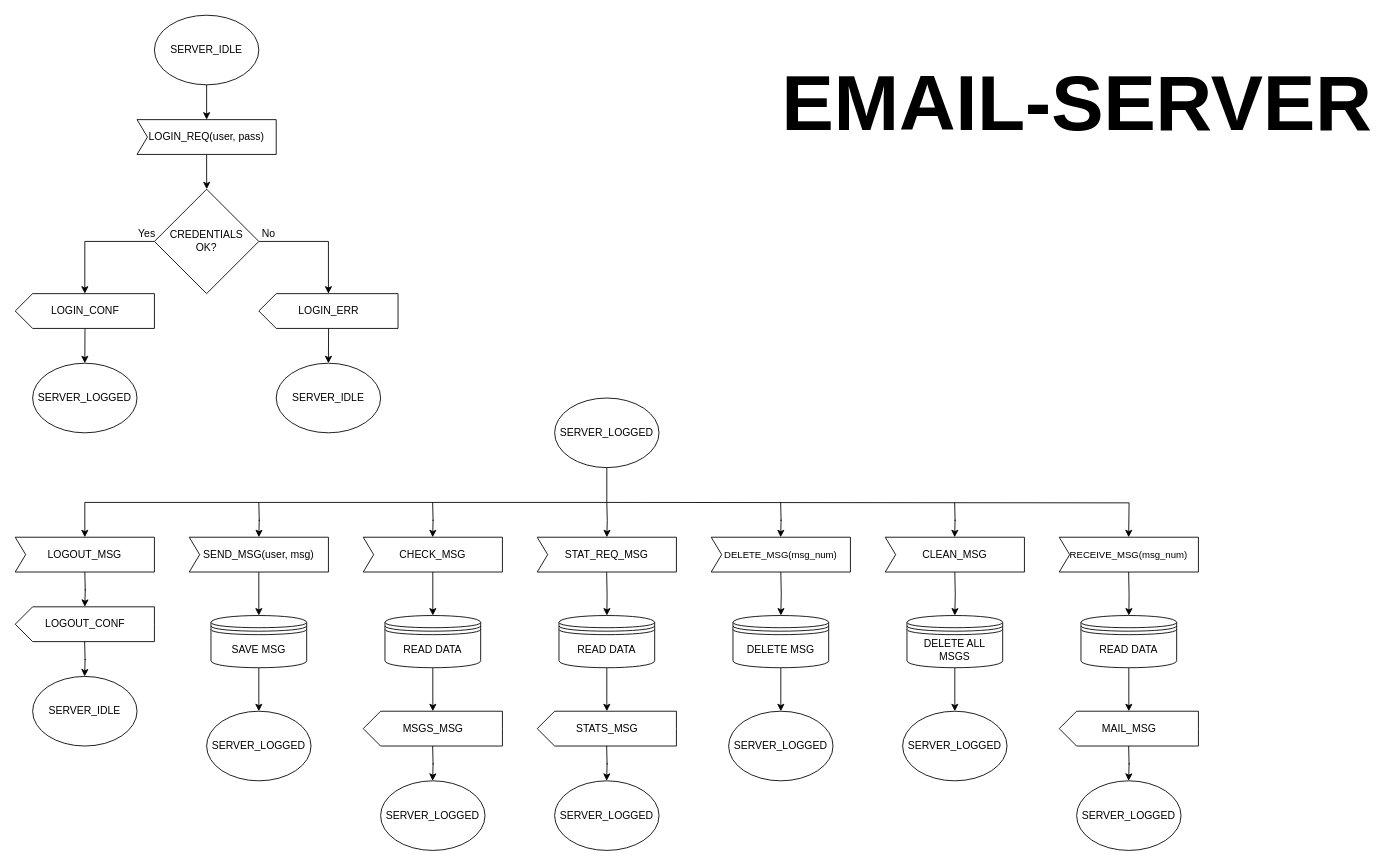
Earlier version of the draw.io diagram SDL_Server.drawio (Xenomorphy/mrkirm-projekat). Source tidied: cells renumbered, new cells numbered last; positions are measured from the earlier drawing's top-left corner, leaving out a move shared by most shapes. Both pictures are drawn from the tidied source at 87%, with x=0, y=0 at pixel (15, 15).
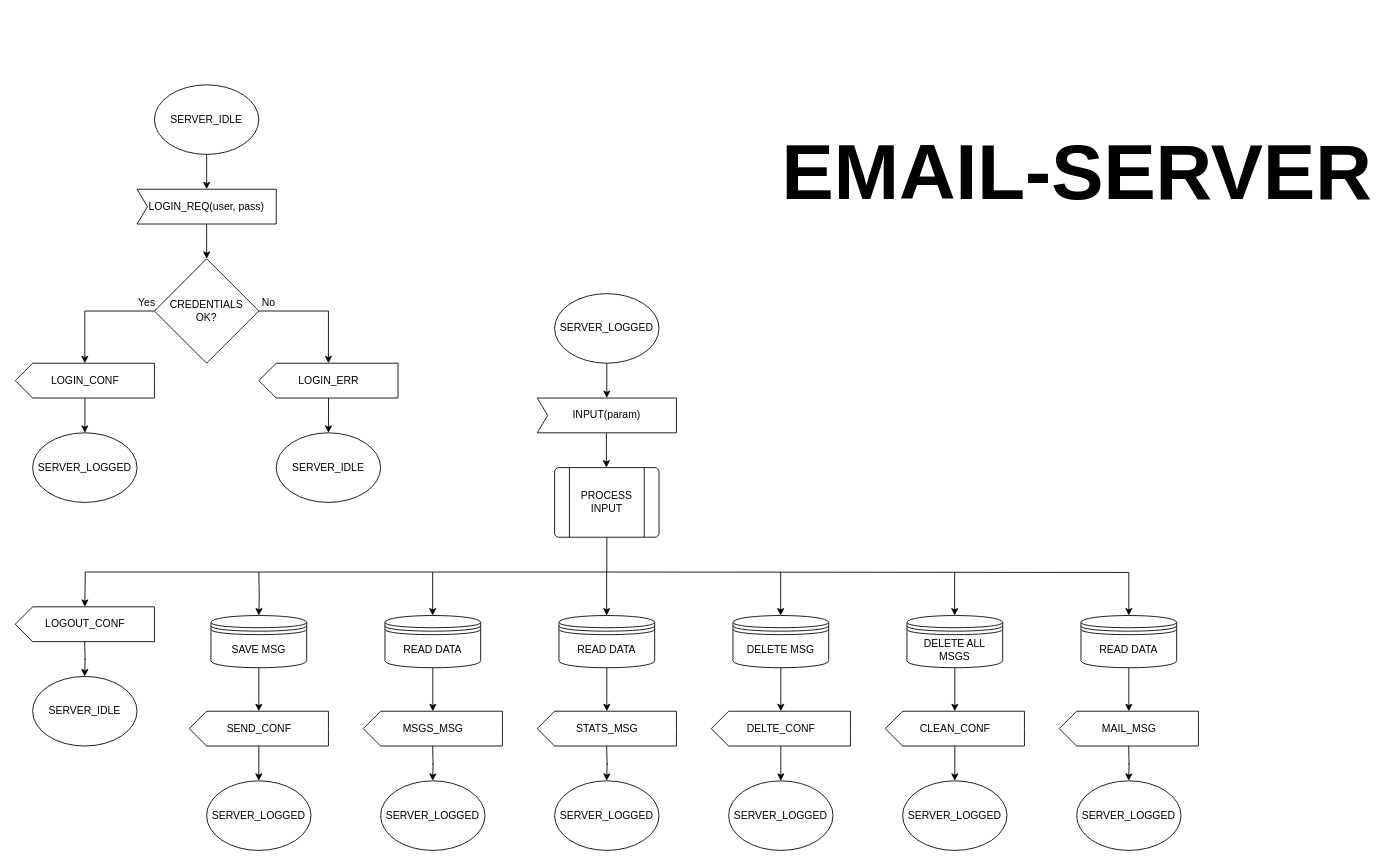
Above is the later version.

Unchanged cells that the change refers to:
```xml
<mxCell id="41" value="SAVE MSG" style="shape=datastore;whiteSpace=wrap;html=1;fontSize=12;" parent="1" vertex="1">
  <mxGeometry x="225" y="690" width="110" height="60" as="geometry" />
</mxCell>
<mxCell id="49" value="READ DATA" style="shape=datastore;whiteSpace=wrap;html=1;fontSize=12;" parent="1" vertex="1">
  <mxGeometry x="625" y="690" width="110" height="60" as="geometry" />
</mxCell>
<mxCell id="55" value="DELETE MSG" style="shape=datastore;whiteSpace=wrap;html=1;fontSize=12;" parent="1" vertex="1">
  <mxGeometry x="825" y="690" width="110" height="60" as="geometry" />
</mxCell>
<mxCell id="59" value="DELETE ALL MSGS" style="shape=datastore;whiteSpace=wrap;html=1;fontSize=12;" parent="1" vertex="1">
  <mxGeometry x="1025" y="690" width="110" height="60" as="geometry" />
</mxCell>
<mxCell id="63" value="READ DATA" style="shape=datastore;whiteSpace=wrap;html=1;fontSize=12;" parent="1" vertex="1">
  <mxGeometry x="1225" y="690" width="110" height="60" as="geometry" />
</mxCell>
```

What changed in the source:
```diff
@@
     <mxCell id="2" value="EMAIL-SERVER" style="text;strokeColor=none;fillColor=none;html=1;fontSize=90;fontStyle=1;verticalAlign=middle;align=center;" parent="1" vertex="1">
-      <mxGeometry x="960" width="520" height="200" as="geometry" />
+      <mxGeometry x="960" y="80" width="520" height="200" as="geometry" />
     </mxCell>
@@
     <mxCell id="4" value="SERVER_IDLE" style="ellipse;whiteSpace=wrap;html=1;fontSize=12;" parent="1" vertex="1">
-      <mxGeometry x="160" width="120" height="80" as="geometry" />
+      <mxGeometry x="160" y="80" width="120" height="80" as="geometry" />
     </mxCell>
     <mxCell id="5" style="edgeStyle=orthogonalEdgeStyle;rounded=0;jettySize=auto;html=1;exitX=0.5;exitY=0;exitDx=0;exitDy=0;exitPerimeter=0;fontSize=12;" parent="1" edge="1" source="6">
       <mxGeometry relative="1" as="geometry">
-        <mxPoint x="220.1" y="200" as="targetPoint" />
+        <mxPoint x="220.1" y="280" as="targetPoint" />
       </mxGeometry>
     </mxCell>
     <mxCell id="6" value="LOGIN_REQ(user, pass)" style="shape=mxgraph.sysml.accEvent;flipH=1;whiteSpace=wrap;align=center;direction=west;" parent="1" vertex="1">
-      <mxGeometry x="140" y="120" width="160" height="40" as="geometry" />
+      <mxGeometry x="140" y="200" width="160" height="40" as="geometry" />
     </mxCell>
     <mxCell id="7" style="edgeStyle=orthogonalEdgeStyle;rounded=0;jettySize=auto;html=1;exitX=0;exitY=0.5;exitDx=0;exitDy=0;fontSize=12;" parent="1" edge="1" source="9">
       <mxGeometry relative="1" as="geometry">
-        <mxPoint x="80" y="320" as="targetPoint" />
+        <mxPoint x="80" y="400" as="targetPoint" />
         <Array as="points">
-          <mxPoint x="80" y="260" />
+          <mxPoint x="80" y="340" />
         </Array>
       </mxGeometry>
     </mxCell>
@@
     <mxCell id="9" value="CREDENTIALS&lt;br&gt;OK?" style="rhombus;whiteSpace=wrap;html=1;fontSize=12;" parent="1" vertex="1">
-      <mxGeometry x="160" y="200" width="120" height="120" as="geometry" />
+      <mxGeometry x="160" y="280" width="120" height="120" as="geometry" />
     </mxCell>
     <mxCell id="10" style="edgeStyle=orthogonalEdgeStyle;rounded=0;jettySize=auto;html=1;fontSize=12;" parent="1" edge="1" source="9">
       <mxGeometry relative="1" as="geometry">
-        <mxPoint x="360" y="320" as="targetPoint" />
+        <mxPoint x="360" y="400" as="targetPoint" />
         <Array as="points">
-          <mxPoint x="360" y="260" />
+          <mxPoint x="360" y="340" />
         </Array>
       </mxGeometry>
     </mxCell>
@@
     <mxCell id="12" value="LOGIN_CONF" style="html=1;shape=mxgraph.infographic.ribbonSimple;notch1=0;notch2=20;align=center;verticalAlign=middle;fontSize=12;fontStyle=0;fillColor=#FFFFFF;direction=west;" parent="1" vertex="1">
-      <mxGeometry y="320" width="160" height="40" as="geometry" />
+      <mxGeometry y="400" width="160" height="40" as="geometry" />
     </mxCell>
     <mxCell id="13" value="LOGIN_ERR" style="html=1;shape=mxgraph.infographic.ribbonSimple;notch1=0;notch2=20;align=center;verticalAlign=middle;fontSize=12;fontStyle=0;fillColor=#FFFFFF;direction=west;" parent="1" vertex="1">
-      <mxGeometry x="280" y="320" width="160" height="40" as="geometry" />
+      <mxGeometry x="280" y="400" width="160" height="40" as="geometry" />
     </mxCell>
@@
     <mxCell id="15" value="SERVER_IDLE" style="ellipse;whiteSpace=wrap;html=1;fontSize=12;" parent="1" vertex="1">
-      <mxGeometry x="300" y="400" width="120" height="80" as="geometry" />
+      <mxGeometry x="300" y="480" width="120" height="80" as="geometry" />
     </mxCell>
     <mxCell id="16" style="edgeStyle=orthogonalEdgeStyle;rounded=0;jettySize=auto;html=1;entryX=0.5;entryY=0;entryDx=0;entryDy=0;fontSize=12;exitX=0.499;exitY=-0.003;exitDx=0;exitDy=0;exitPerimeter=0;" parent="1" edge="1" target="17">
       <mxGeometry relative="1" as="geometry">
-        <mxPoint x="80.2" y="360.1" as="sourcePoint" />
+        <mxPoint x="80.2" y="440.1" as="sourcePoint" />
       </mxGeometry>
     </mxCell>
     <mxCell id="17" value="SERVER_LOGGED" style="ellipse;whiteSpace=wrap;html=1;fontSize=12;" parent="1" vertex="1">
-      <mxGeometry x="20" y="400" width="120" height="80" as="geometry" />
+      <mxGeometry x="20" y="480" width="120" height="80" as="geometry" />
     </mxCell>
-    <mxCell id="18" style="edgeStyle=orthogonalEdgeStyle;rounded=0;jettySize=auto;html=1;exitX=0.5;exitY=1;exitDx=0;exitDy=0;fontSize=12;" parent="1" edge="1" source="19" target="20">
-      <mxGeometry relative="1" as="geometry">
-        <Array as="points">
-          <mxPoint x="680" y="560" />
-          <mxPoint x="80" y="560" />
-        </Array>
-      </mxGeometry>
-    </mxCell>
+    <mxCell id="67" style="edgeStyle=orthogonalEdgeStyle;rounded=0;jettySize=auto;html=1;" parent="1" edge="1" source="19" target="77">
+      <mxGeometry relative="1" as="geometry" />
+    </mxCell>
     <mxCell id="19" value="SERVER_LOGGED" style="ellipse;whiteSpace=wrap;html=1;fontSize=12;" parent="1" vertex="1">
-      <mxGeometry x="620" y="440" width="120" height="80" as="geometry" />
+      <mxGeometry x="620" y="320" width="120" height="80" as="geometry" />
     </mxCell>
-    <mxCell id="20" value="LOGOUT_MSG" style="shape=mxgraph.sysml.accEvent;flipH=1;whiteSpace=wrap;align=center;direction=west;fontSize=12;" parent="1" vertex="1">
-      <mxGeometry y="600" width="160" height="40" as="geometry" />
-    </mxCell>
-    <mxCell id="21" style="edgeStyle=orthogonalEdgeStyle;rounded=0;jettySize=auto;html=1;exitX=0.5;exitY=0;exitDx=0;exitDy=0;exitPerimeter=0;entryX=0.5;entryY=0;entryDx=0;entryDy=0;fontSize=12;" parent="1" edge="1" source="22" target="41">
-      <mxGeometry relative="1" as="geometry" />
-    </mxCell>
-    <mxCell id="22" value="SEND_MSG(user, msg)" style="shape=mxgraph.sysml.accEvent;flipH=1;whiteSpace=wrap;align=center;direction=west;fontSize=12;" parent="1" vertex="1">
-      <mxGeometry x="200" y="600" width="160" height="40" as="geometry" />
-    </mxCell>
-    <mxCell id="23" value="CHECK_MSG" style="shape=mxgraph.sysml.accEvent;flipH=1;whiteSpace=wrap;align=center;direction=west;fontSize=12;" parent="1" vertex="1">
-      <mxGeometry x="400" y="600" width="160" height="40" as="geometry" />
-    </mxCell>
-    <mxCell id="24" style="edgeStyle=orthogonalEdgeStyle;rounded=0;jettySize=auto;html=1;fontSize=12;entryX=0.5;entryY=1;entryDx=0;entryDy=0;entryPerimeter=0;" parent="1" edge="1" target="25">
-      <mxGeometry relative="1" as="geometry">
-        <mxPoint x="680" y="560" as="sourcePoint" />
-      </mxGeometry>
-    </mxCell>
-    <mxCell id="25" value="STAT_REQ_MSG" style="shape=mxgraph.sysml.accEvent;flipH=1;whiteSpace=wrap;align=center;direction=west;fontSize=12;" parent="1" vertex="1">
-      <mxGeometry x="600" y="600" width="160" height="40" as="geometry" />
-    </mxCell>
-    <mxCell id="26" value="DELETE_MSG(msg_num)" style="shape=mxgraph.sysml.accEvent;flipH=1;whiteSpace=wrap;align=center;direction=west;fontSize=11;" parent="1" vertex="1">
-      <mxGeometry x="800" y="600" width="160" height="40" as="geometry" />
-    </mxCell>
-    <mxCell id="27" value="CLEAN_MSG" style="shape=mxgraph.sysml.accEvent;flipH=1;whiteSpace=wrap;align=center;direction=west;fontSize=12;" parent="1" vertex="1">
-      <mxGeometry x="1000" y="600" width="160" height="40" as="geometry" />
-    </mxCell>
-    <mxCell id="28" value="RECEIVE_MSG(msg_num)" style="shape=mxgraph.sysml.accEvent;flipH=1;whiteSpace=wrap;align=center;direction=west;fontSize=11;" parent="1" vertex="1">
-      <mxGeometry x="1200" y="600" width="160" height="40" as="geometry" />
-    </mxCell>
-    <mxCell id="29" style="edgeStyle=orthogonalEdgeStyle;rounded=0;orthogonalLoop=1;jettySize=auto;html=1;fontSize=12;entryX=0.5;entryY=1;entryDx=0;entryDy=0;entryPerimeter=0;" parent="1" edge="1">
-      <mxGeometry relative="1" as="geometry">
-        <mxPoint x="479.8" y="560" as="sourcePoint" />
-        <mxPoint x="479.8" y="600" as="targetPoint" />
-      </mxGeometry>
-    </mxCell>
-    <mxCell id="30" style="edgeStyle=orthogonalEdgeStyle;rounded=0;orthogonalLoop=1;jettySize=auto;html=1;fontSize=12;entryX=0.5;entryY=1;entryDx=0;entryDy=0;entryPerimeter=0;" parent="1" edge="1">
+    <mxCell id="30" style="edgeStyle=orthogonalEdgeStyle;rounded=0;jettySize=auto;html=1;fontSize=12;entryX=0.5;entryY=0;entryDx=0;entryDy=0;" parent="1" edge="1" target="41">
       <mxGeometry relative="1" as="geometry">
-        <mxPoint x="280" y="560" as="sourcePoint" />
-        <mxPoint x="280" y="600" as="targetPoint" />
+        <mxPoint x="280" y="640" as="sourcePoint" />
       </mxGeometry>
     </mxCell>
-    <mxCell id="31" style="edgeStyle=orthogonalEdgeStyle;rounded=0;orthogonalLoop=1;jettySize=auto;html=1;fontSize=12;entryX=0.5;entryY=1;entryDx=0;entryDy=0;entryPerimeter=0;" parent="1" edge="1">
-      <mxGeometry relative="1" as="geometry">
-        <mxPoint x="879.8" y="560" as="sourcePoint" />
-        <mxPoint x="879.8" y="600" as="targetPoint" />
-      </mxGeometry>
-    </mxCell>
-    <mxCell id="32" style="edgeStyle=orthogonalEdgeStyle;rounded=0;orthogonalLoop=1;jettySize=auto;html=1;fontSize=12;entryX=0.5;entryY=1;entryDx=0;entryDy=0;entryPerimeter=0;" parent="1" edge="1">
-      <mxGeometry relative="1" as="geometry">
-        <mxPoint x="1079.8" y="560" as="sourcePoint" />
-        <mxPoint x="1079.8" y="600" as="targetPoint" />
-      </mxGeometry>
-    </mxCell>
-    <mxCell id="33" style="edgeStyle=orthogonalEdgeStyle;rounded=0;orthogonalLoop=1;jettySize=auto;html=1;fontSize=12;entryX=0.5;entryY=1;entryDx=0;entryDy=0;entryPerimeter=0;" parent="1" edge="1">
+    <mxCell id="33" style="edgeStyle=orthogonalEdgeStyle;rounded=0;jettySize=auto;html=1;fontSize=12;entryX=0.5;entryY=0;entryDx=0;entryDy=0;" parent="1" edge="1" target="63">
       <mxGeometry relative="1" as="geometry">
-        <mxPoint x="680" y="560" as="sourcePoint" />
-        <mxPoint x="1279.8" y="600" as="targetPoint" />
+        <mxPoint x="680" y="640" as="sourcePoint" />
       </mxGeometry>
     </mxCell>
-    <mxCell id="34" style="edgeStyle=orthogonalEdgeStyle;rounded=0;orthogonalLoop=1;jettySize=auto;html=1;fontSize=12;" parent="1" edge="1">
-      <mxGeometry relative="1" as="geometry">
-        <mxPoint x="480" y="640" as="sourcePoint" />
-        <mxPoint x="480" y="690" as="targetPoint" />
-      </mxGeometry>
-    </mxCell>
-    <mxCell id="35" style="edgeStyle=orthogonalEdgeStyle;rounded=0;orthogonalLoop=1;jettySize=auto;html=1;fontSize=12;entryX=0.5;entryY=1;entryDx=0;entryDy=0;entryPerimeter=0;" parent="1" edge="1">
-      <mxGeometry relative="1" as="geometry">
-        <mxPoint x="80" y="640" as="sourcePoint" />
-        <mxPoint x="80" y="680" as="targetPoint" />
-      </mxGeometry>
-    </mxCell>
-    <mxCell id="36" style="edgeStyle=orthogonalEdgeStyle;rounded=0;jettySize=auto;html=1;fontSize=12;entryX=0.5;entryY=0;entryDx=0;entryDy=0;" parent="1" edge="1" target="49">
-      <mxGeometry relative="1" as="geometry">
-        <mxPoint x="679.8" y="640" as="sourcePoint" />
-      </mxGeometry>
-    </mxCell>
@@
-    <mxCell id="40" style="edgeStyle=orthogonalEdgeStyle;rounded=0;jettySize=auto;html=1;exitX=0.5;exitY=1;exitDx=0;exitDy=0;entryX=0.5;entryY=0;entryDx=0;entryDy=0;fontSize=12;" parent="1" edge="1" source="41" target="42">
-      <mxGeometry relative="1" as="geometry" />
-    </mxCell>
+    <mxCell id="68" style="edgeStyle=orthogonalEdgeStyle;rounded=0;jettySize=auto;html=1;" parent="1" edge="1" source="41" target="72">
+      <mxGeometry relative="1" as="geometry" />
+    </mxCell>
@@
     <mxCell id="42" value="SERVER_LOGGED" style="ellipse;whiteSpace=wrap;html=1;fontSize=12;" parent="1" vertex="1">
-      <mxGeometry x="220" y="800" width="120" height="80" as="geometry" />
+      <mxGeometry x="220" y="880" width="120" height="80" as="geometry" />
     </mxCell>
@@
-    <mxCell id="53" style="edgeStyle=orthogonalEdgeStyle;rounded=0;jettySize=auto;html=1;exitX=0.5;exitY=0;exitDx=0;exitDy=0;exitPerimeter=0;entryX=0.5;entryY=0;entryDx=0;entryDy=0;fontSize=12;" parent="1" edge="1" target="55">
-      <mxGeometry relative="1" as="geometry">
-        <mxPoint x="880" y="640" as="sourcePoint" />
-      </mxGeometry>
-    </mxCell>
-    <mxCell id="54" style="edgeStyle=orthogonalEdgeStyle;rounded=0;jettySize=auto;html=1;exitX=0.5;exitY=1;exitDx=0;exitDy=0;entryX=0.5;entryY=0;entryDx=0;entryDy=0;fontSize=12;" parent="1" edge="1" source="55" target="56">
-      <mxGeometry relative="1" as="geometry" />
-    </mxCell>
+    <mxCell id="69" style="edgeStyle=orthogonalEdgeStyle;rounded=0;jettySize=auto;html=1;" parent="1" edge="1" source="55" target="74">
+      <mxGeometry relative="1" as="geometry" />
+    </mxCell>
@@
     <mxCell id="56" value="SERVER_LOGGED" style="ellipse;whiteSpace=wrap;html=1;fontSize=12;" parent="1" vertex="1">
-      <mxGeometry x="820" y="800" width="120" height="80" as="geometry" />
+      <mxGeometry x="820" y="880" width="120" height="80" as="geometry" />
     </mxCell>
-    <mxCell id="57" style="edgeStyle=orthogonalEdgeStyle;rounded=0;jettySize=auto;html=1;exitX=0.5;exitY=0;exitDx=0;exitDy=0;exitPerimeter=0;entryX=0.5;entryY=0;entryDx=0;entryDy=0;fontSize=12;" parent="1" edge="1" target="59">
-      <mxGeometry relative="1" as="geometry">
-        <mxPoint x="1080" y="640" as="sourcePoint" />
-      </mxGeometry>
-    </mxCell>
-    <mxCell id="58" style="edgeStyle=orthogonalEdgeStyle;rounded=0;jettySize=auto;html=1;exitX=0.5;exitY=1;exitDx=0;exitDy=0;entryX=0.5;entryY=0;entryDx=0;entryDy=0;fontSize=12;" parent="1" edge="1" source="59" target="60">
-      <mxGeometry relative="1" as="geometry" />
-    </mxCell>
+    <mxCell id="70" style="edgeStyle=orthogonalEdgeStyle;rounded=0;jettySize=auto;html=1;" parent="1" edge="1" source="59" target="76">
+      <mxGeometry relative="1" as="geometry" />
+    </mxCell>
@@
     <mxCell id="60" value="SERVER_LOGGED" style="ellipse;whiteSpace=wrap;html=1;fontSize=12;" parent="1" vertex="1">
-      <mxGeometry x="1020" y="800" width="120" height="80" as="geometry" />
+      <mxGeometry x="1020" y="880" width="120" height="80" as="geometry" />
     </mxCell>
-    <mxCell id="61" style="edgeStyle=orthogonalEdgeStyle;rounded=0;jettySize=auto;html=1;fontSize=12;entryX=0.5;entryY=0;entryDx=0;entryDy=0;" parent="1" edge="1" target="63">
-      <mxGeometry relative="1" as="geometry">
-        <mxPoint x="1279.8" y="640" as="sourcePoint" />
-      </mxGeometry>
-    </mxCell>
@@
+    <mxCell id="71" style="edgeStyle=orthogonalEdgeStyle;rounded=0;jettySize=auto;html=1;" parent="1" edge="1" source="72" target="42">
+      <mxGeometry relative="1" as="geometry" />
+    </mxCell>
+    <mxCell id="72" value="SEND_CONF" style="html=1;shape=mxgraph.infographic.ribbonSimple;notch1=0;notch2=20;align=center;verticalAlign=middle;fontSize=12;fontStyle=0;fillColor=#FFFFFF;direction=west;" parent="1" vertex="1">
+      <mxGeometry x="200" y="800" width="160" height="40" as="geometry" />
+    </mxCell>
+    <mxCell id="73" style="edgeStyle=orthogonalEdgeStyle;rounded=0;jettySize=auto;html=1;" parent="1" edge="1" source="74" target="56">
+      <mxGeometry relative="1" as="geometry" />
+    </mxCell>
+    <mxCell id="74" value="DELTE_CONF" style="html=1;shape=mxgraph.infographic.ribbonSimple;notch1=0;notch2=20;align=center;verticalAlign=middle;fontSize=12;fontStyle=0;fillColor=#FFFFFF;direction=west;" parent="1" vertex="1">
+      <mxGeometry x="800" y="800" width="160" height="40" as="geometry" />
+    </mxCell>
+    <mxCell id="75" style="edgeStyle=orthogonalEdgeStyle;rounded=0;jettySize=auto;html=1;" parent="1" edge="1" source="76" target="60">
+      <mxGeometry relative="1" as="geometry" />
+    </mxCell>
+    <mxCell id="76" value="CLEAN_CONF" style="html=1;shape=mxgraph.infographic.ribbonSimple;notch1=0;notch2=20;align=center;verticalAlign=middle;fontSize=12;fontStyle=0;fillColor=#FFFFFF;direction=west;" parent="1" vertex="1">
+      <mxGeometry x="1000" y="800" width="160" height="40" as="geometry" />
+    </mxCell>
+    <mxCell id="77" value="INPUT(param)" style="shape=mxgraph.sysml.accEvent;flipH=1;whiteSpace=wrap;align=center;direction=west;" parent="1" vertex="1">
+      <mxGeometry x="600" y="440" width="160" height="40" as="geometry" />
+    </mxCell>
+    <mxCell id="78" style="endArrow=classic;html=1;rounded=0;" parent="1" edge="1">
+      <mxGeometry relative="1" as="geometry">
+        <mxPoint x="679.5" y="480" as="sourcePoint" />
+        <mxPoint x="679.5" y="520" as="targetPoint" />
+      </mxGeometry>
+    </mxCell>
+    <mxCell id="79" style="edgeStyle=orthogonalEdgeStyle;rounded=0;jettySize=auto;html=1;exitX=0.5;exitY=1;exitDx=0;exitDy=0;entryX=0.5;entryY=1;entryDx=0;entryDy=0;entryPerimeter=0;" parent="1" edge="1" source="80">
+      <mxGeometry relative="1" as="geometry">
+        <mxPoint x="80" y="680" as="targetPoint" />
+      </mxGeometry>
+    </mxCell>
+    <mxCell id="80" value="PROCESS&lt;br&gt;INPUT" style="verticalLabelPosition=middle;verticalAlign=middle;html=1;shape=process;whiteSpace=wrap;rounded=1;size=0.14;arcSize=6;labelPosition=center;align=center;" parent="1" vertex="1">
+      <mxGeometry x="620" y="520" width="120" height="80" as="geometry" />
+    </mxCell>
+    <mxCell id="81" style="edgeStyle=orthogonalEdgeStyle;rounded=0;orthogonalLoop=1;jettySize=auto;html=1;fontSize=12;entryX=0.5;entryY=0;entryDx=0;entryDy=0;" parent="1" edge="1">
+      <mxGeometry relative="1" as="geometry">
+        <mxPoint x="479.8" y="640" as="sourcePoint" />
+        <mxPoint x="479.8" y="690" as="targetPoint" />
+      </mxGeometry>
+    </mxCell>
+    <mxCell id="82" style="edgeStyle=orthogonalEdgeStyle;rounded=0;orthogonalLoop=1;jettySize=auto;html=1;fontSize=12;entryX=0.5;entryY=0;entryDx=0;entryDy=0;" parent="1" edge="1">
+      <mxGeometry relative="1" as="geometry">
+        <mxPoint x="679.8" y="640" as="sourcePoint" />
+        <mxPoint x="679.8" y="690" as="targetPoint" />
+      </mxGeometry>
+    </mxCell>
+    <mxCell id="83" style="edgeStyle=orthogonalEdgeStyle;rounded=0;orthogonalLoop=1;jettySize=auto;html=1;fontSize=12;entryX=0.5;entryY=0;entryDx=0;entryDy=0;" parent="1" edge="1">
+      <mxGeometry relative="1" as="geometry">
+        <mxPoint x="879.8" y="640" as="sourcePoint" />
+        <mxPoint x="879.8" y="690" as="targetPoint" />
+      </mxGeometry>
+    </mxCell>
+    <mxCell id="84" style="edgeStyle=orthogonalEdgeStyle;rounded=0;orthogonalLoop=1;jettySize=auto;html=1;fontSize=12;entryX=0.5;entryY=0;entryDx=0;entryDy=0;" parent="1" edge="1">
+      <mxGeometry relative="1" as="geometry">
+        <mxPoint x="1079.8" y="640" as="sourcePoint" />
+        <mxPoint x="1079.8" y="690" as="targetPoint" />
+      </mxGeometry>
+    </mxCell>
```
